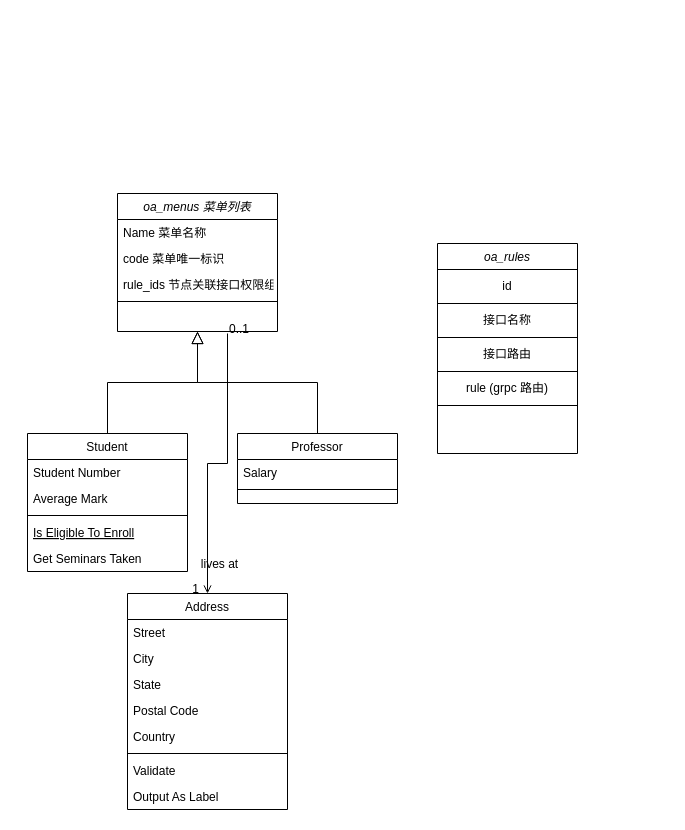
Above: app/未命名绘图.drawio in china-xs/kratos-study (draw.io), before the change. Source tidied: cells renumbered, new cells numbered last; positions are measured from the earlier drawing's top-left corner, leaving out a move shared by most shapes. Both pictures are drawn from the tidied source at 100%, with x=0, y=0 at pixel (27, 193).
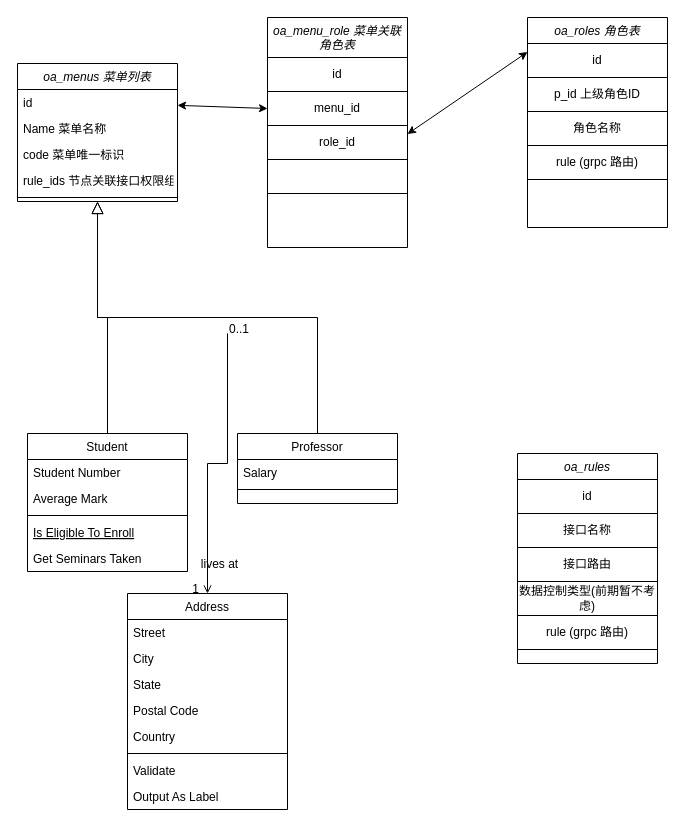
The same page after the edit.

Commit message:
更新未命名绘图.drawio

The edit, as a diff of the source:
```diff
@@
     <mxCell id="2" value="oa_menus 菜单列表" style="swimlane;fontStyle=2;align=center;verticalAlign=top;horizontal=1;startSize=26;rounded=0;shadow=0;strokeWidth=1;fillColor=default;strokeColor=default;fontColor=default;" parent="1" vertex="1">
-      <mxGeometry x="90" width="160" height="138" as="geometry" />
+      <mxGeometry x="-10" y="-130" width="160" height="138" as="geometry" />
     </mxCell>
+    <mxCell id="36" value="id" style="text;align=left;verticalAlign=top;spacingLeft=4;spacingRight=4;overflow=hidden;points=[[0,0.5],[1,0.5]];portConstraint=eastwest;fontColor=default;" parent="2" vertex="1">
+      <mxGeometry y="26" width="160" height="26" as="geometry" />
+    </mxCell>
     <mxCell id="3" value="Name 菜单名称" style="text;align=left;verticalAlign=top;spacingLeft=4;spacingRight=4;overflow=hidden;fontColor=default;" parent="2" vertex="1">
-      <mxGeometry y="26" width="160" height="26" as="geometry" />
+      <mxGeometry y="52" width="160" height="26" as="geometry" />
     </mxCell>
     <mxCell id="4" value="code 菜单唯一标识" style="text;align=left;verticalAlign=top;spacingLeft=4;spacingRight=4;overflow=hidden;rounded=0;shadow=0;html=0;fontColor=default;" parent="2" vertex="1">
-      <mxGeometry y="52" width="160" height="26" as="geometry" />
+      <mxGeometry y="78" width="160" height="26" as="geometry" />
     </mxCell>
     <mxCell id="5" value="rule_ids 节点关联接口权限组" style="text;align=left;verticalAlign=top;spacingLeft=4;spacingRight=4;overflow=hidden;rounded=0;shadow=0;html=0;fontColor=default;" parent="2" vertex="1">
-      <mxGeometry y="78" width="160" height="26" as="geometry" />
+      <mxGeometry y="104" width="160" height="26" as="geometry" />
     </mxCell>
     <mxCell id="6" style="line;html=1;strokeWidth=1;align=left;verticalAlign=middle;spacingTop=-1;spacingLeft=3;spacingRight=3;labelPosition=right;" parent="2" vertex="1">
-      <mxGeometry y="104" width="160" height="8" as="geometry" />
+      <mxGeometry y="130" width="160" height="8" as="geometry" />
     </mxCell>
@@
     <mxCell id="31" value="oa_rules" style="swimlane;fontStyle=2;align=center;verticalAlign=top;horizontal=1;startSize=26;rounded=0;shadow=0;strokeWidth=1;fillColor=default;strokeColor=default;fontColor=default;" parent="1" vertex="1">
-      <mxGeometry x="410" y="50" width="140" height="210" as="geometry" />
+      <mxGeometry x="490" y="260" width="140" height="210" as="geometry" />
     </mxCell>
@@
+    <mxCell id="37" value="接口路由" style="whiteSpace=wrap;html=1;fontColor=default;strokeColor=default;fillColor=default;" parent="31" vertex="1">
+      <mxGeometry y="94" width="140" height="34" as="geometry" />
+    </mxCell>
-    <mxCell id="34" value="接口路由" style="whiteSpace=wrap;html=1;fontColor=default;strokeColor=default;fillColor=default;" parent="31" vertex="1">
-      <mxGeometry y="94" width="140" height="34" as="geometry" />
+    <mxCell id="34" value="数据控制类型(前期暂不考虑)" style="whiteSpace=wrap;html=1;fontColor=default;strokeColor=default;fillColor=default;" parent="31" vertex="1">
+      <mxGeometry y="128" width="140" height="34" as="geometry" />
     </mxCell>
     <mxCell id="35" value="rule (grpc 路由)" style="whiteSpace=wrap;html=1;fontColor=default;strokeColor=default;fillColor=default;" parent="31" vertex="1">
-      <mxGeometry y="128" width="140" height="34" as="geometry" />
+      <mxGeometry y="162" width="140" height="34" as="geometry" />
     </mxCell>
+    <mxCell id="38" value="oa_roles 角色表" style="swimlane;fontStyle=2;align=center;verticalAlign=top;horizontal=1;startSize=26;rounded=0;shadow=0;strokeWidth=1;fillColor=default;strokeColor=default;fontColor=default;" parent="1" vertex="1">
+      <mxGeometry x="500" y="-176" width="140" height="210" as="geometry" />
+    </mxCell>
+    <mxCell id="39" value="id" style="whiteSpace=wrap;html=1;fontColor=default;strokeColor=default;fillColor=default;" parent="38" vertex="1">
+      <mxGeometry y="26" width="140" height="34" as="geometry" />
+    </mxCell>
+    <mxCell id="40" value="p_id 上级角色ID" style="whiteSpace=wrap;html=1;fontColor=default;strokeColor=default;fillColor=default;" parent="38" vertex="1">
+      <mxGeometry y="60" width="140" height="34" as="geometry" />
+    </mxCell>
+    <mxCell id="41" value="角色名称" style="whiteSpace=wrap;html=1;fontColor=default;strokeColor=default;fillColor=default;" parent="38" vertex="1">
+      <mxGeometry y="94" width="140" height="34" as="geometry" />
+    </mxCell>
+    <mxCell id="42" value="rule (grpc 路由)" style="whiteSpace=wrap;html=1;fontColor=default;strokeColor=default;fillColor=default;" parent="38" vertex="1">
+      <mxGeometry y="128" width="140" height="34" as="geometry" />
+    </mxCell>
+    <mxCell id="43" style="endArrow=classic;startArrow=classic;html=1;rounded=0;labelBackgroundColor=default;fontColor=default;strokeColor=default;verticalAlign=bottom;entryX=0;entryY=0.25;entryDx=0;entryDy=0;exitX=1;exitY=0.25;exitDx=0;exitDy=0;" parent="1" edge="1" source="47" target="39">
+      <mxGeometry relative="1" as="geometry" />
+    </mxCell>
+    <mxCell id="44" value="oa_menu_role 菜单关联角色表" style="swimlane;fontStyle=2;align=center;verticalAlign=top;horizontal=1;startSize=40;rounded=0;shadow=0;strokeWidth=1;fillColor=default;strokeColor=default;fontColor=default;whiteSpace=wrap;" parent="1" vertex="1">
+      <mxGeometry x="240" y="-176" width="140" height="230" as="geometry" />
+    </mxCell>
+    <mxCell id="45" value="id" style="whiteSpace=wrap;html=1;fontColor=default;strokeColor=default;fillColor=default;" parent="44" vertex="1">
+      <mxGeometry y="40" width="140" height="34" as="geometry" />
+    </mxCell>
+    <mxCell id="46" value="menu_id" style="whiteSpace=wrap;html=1;fontColor=default;strokeColor=default;fillColor=default;" parent="44" vertex="1">
+      <mxGeometry y="74" width="140" height="34" as="geometry" />
+    </mxCell>
+    <mxCell id="47" value="role_id" style="whiteSpace=wrap;html=1;fontColor=default;strokeColor=default;fillColor=default;" parent="44" vertex="1">
+      <mxGeometry y="108" width="140" height="34" as="geometry" />
+    </mxCell>
+    <mxCell id="48" style="whiteSpace=wrap;html=1;fontColor=default;strokeColor=default;fillColor=default;" parent="44" vertex="1">
+      <mxGeometry y="142" width="140" height="34" as="geometry" />
+    </mxCell>
+    <mxCell id="49" style="endArrow=classic;startArrow=classic;html=1;rounded=0;labelBackgroundColor=default;fontColor=default;strokeColor=default;verticalAlign=bottom;exitX=0;exitY=0.5;exitDx=0;exitDy=0;" parent="1" edge="1" source="46" target="36">
+      <mxGeometry relative="1" as="geometry" />
+    </mxCell>
```
